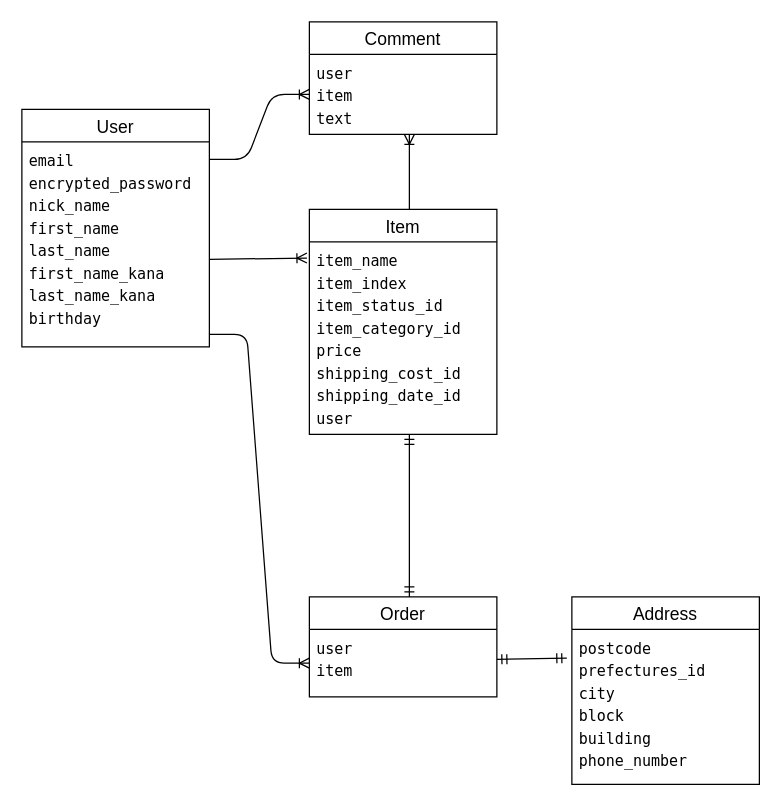
Before: furima.dio in KYoshi-02/furima-41903, a draw.io diagram. Source tidied: cells renumbered, new cells numbered last; positions are measured from the earlier drawing's top-left corner, leaving out a move shared by most shapes. Both pictures are drawn from the tidied source at 125%, with x=0, y=0 at pixel (21, 21).
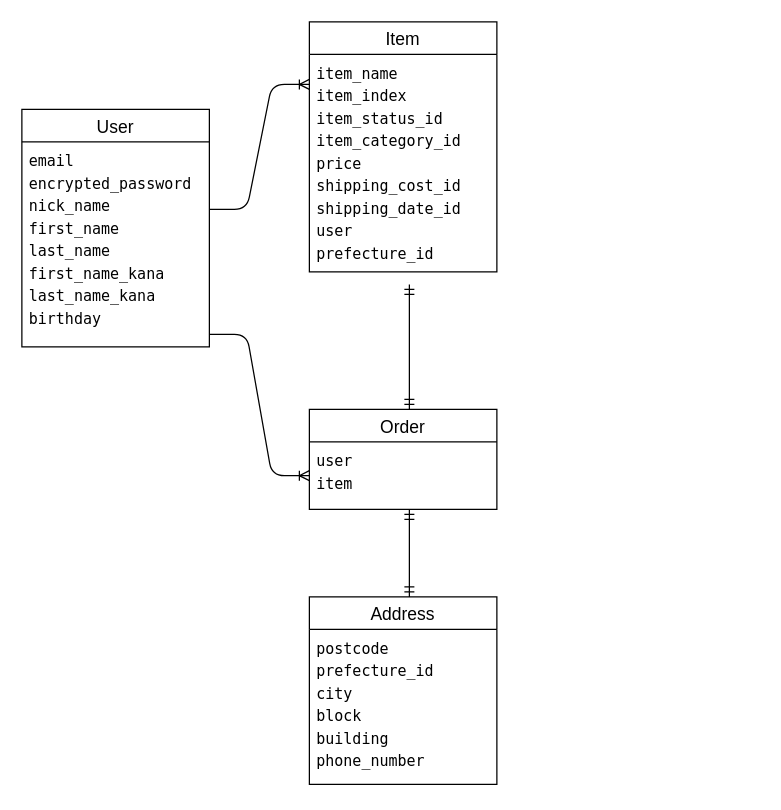
After the change.

Commit message (it also covers changes not shown here):
DB設計(修正２回目)

Diff of the diagram source:
```diff
@@
     <mxCell id="2" value="Address" style="swimlane;fontStyle=0;horizontal=1;startSize=26;align=center;fontSize=14;" parent="1" vertex="1">
-      <mxGeometry x="440" y="460" width="150" height="150" as="geometry" />
+      <mxGeometry x="230" y="460" width="150" height="150" as="geometry" />
     </mxCell>
+    <mxCell id="17" style="fontSize=12;html=1;endArrow=ERmandOne;startArrow=ERmandOne;" parent="2" edge="1">
+      <mxGeometry relative="1" as="geometry">
+        <mxPoint x="80" as="sourcePoint" />
+        <mxPoint x="80" y="-70" as="targetPoint" />
+      </mxGeometry>
+    </mxCell>
-    <mxCell id="3" value="&lt;div style=&quot;font-family: Menlo, Monaco, &amp;quot;Courier New&amp;quot;, monospace; line-height: 18px; white-space: pre;&quot;&gt;&lt;div style=&quot;&quot;&gt;&lt;div style=&quot;line-height: 18px;&quot;&gt;&lt;div style=&quot;&quot;&gt;&lt;span style=&quot;background-color: rgb(255, 255, 255);&quot;&gt;&lt;font style=&quot;color: rgb(0, 0, 0);&quot;&gt;postcode&lt;/font&gt;&lt;/span&gt;&lt;/div&gt;&lt;div style=&quot;&quot;&gt;&lt;span style=&quot;background-color: rgb(255, 255, 255); color: rgb(204, 204, 204);&quot;&gt;&lt;font style=&quot;color: rgb(0, 0, 0);&quot;&gt;prefectures_id&lt;/font&gt;&lt;/span&gt;&lt;/div&gt;&lt;div style=&quot;&quot;&gt;&lt;span style=&quot;background-color: rgb(255, 255, 255); color: rgb(204, 204, 204);&quot;&gt;&lt;font style=&quot;color: rgb(0, 0, 0);&quot;&gt;city&lt;/font&gt;&lt;/span&gt;&lt;/div&gt;&lt;div style=&quot;&quot;&gt;&lt;span style=&quot;background-color: rgb(255, 255, 255); color: rgb(204, 204, 204);&quot;&gt;&lt;font style=&quot;color: rgb(0, 0, 0);&quot;&gt;block&lt;/font&gt;&lt;/span&gt;&lt;/div&gt;&lt;div style=&quot;&quot;&gt;&lt;span style=&quot;background-color: rgb(255, 255, 255); color: rgb(204, 204, 204);&quot;&gt;&lt;font style=&quot;color: rgb(0, 0, 0);&quot;&gt;building &lt;/font&gt;&lt;/span&gt;&lt;/div&gt;&lt;div style=&quot;&quot;&gt;&lt;span style=&quot;background-color: rgb(255, 255, 255); color: rgb(204, 204, 204);&quot;&gt;&lt;font style=&quot;color: rgb(0, 0, 0);&quot;&gt;phone_number&lt;/font&gt;&lt;/span&gt;&lt;/div&gt;&lt;/div&gt;&lt;/div&gt;&lt;/div&gt;" style="text;strokeColor=none;fillColor=none;spacingLeft=4;spacingRight=4;overflow=hidden;points=[[0,0.5],[1,0.5]];portConstraint=eastwest;fontSize=12;whiteSpace=wrap;html=1;" parent="2" vertex="1">
+    <mxCell id="3" value="&lt;div style=&quot;font-family: Menlo, Monaco, &amp;quot;Courier New&amp;quot;, monospace; line-height: 18px; white-space: pre;&quot;&gt;&lt;div style=&quot;&quot;&gt;&lt;div style=&quot;line-height: 18px;&quot;&gt;&lt;div style=&quot;&quot;&gt;&lt;span style=&quot;background-color: rgb(255, 255, 255);&quot;&gt;&lt;font style=&quot;color: rgb(0, 0, 0);&quot;&gt;postcode&lt;/font&gt;&lt;/span&gt;&lt;/div&gt;&lt;div style=&quot;&quot;&gt;&lt;span style=&quot;background-color: rgb(255, 255, 255); color: rgb(204, 204, 204);&quot;&gt;&lt;font style=&quot;color: rgb(0, 0, 0);&quot;&gt;prefecture_id&lt;/font&gt;&lt;/span&gt;&lt;/div&gt;&lt;div style=&quot;&quot;&gt;&lt;span style=&quot;background-color: rgb(255, 255, 255); color: rgb(204, 204, 204);&quot;&gt;&lt;font style=&quot;color: rgb(0, 0, 0);&quot;&gt;city&lt;/font&gt;&lt;/span&gt;&lt;/div&gt;&lt;div style=&quot;&quot;&gt;&lt;span style=&quot;background-color: rgb(255, 255, 255); color: rgb(204, 204, 204);&quot;&gt;&lt;font style=&quot;color: rgb(0, 0, 0);&quot;&gt;block&lt;/font&gt;&lt;/span&gt;&lt;/div&gt;&lt;div style=&quot;&quot;&gt;&lt;span style=&quot;background-color: rgb(255, 255, 255); color: rgb(204, 204, 204);&quot;&gt;&lt;font style=&quot;color: rgb(0, 0, 0);&quot;&gt;building &lt;/font&gt;&lt;/span&gt;&lt;/div&gt;&lt;div style=&quot;&quot;&gt;&lt;span style=&quot;background-color: rgb(255, 255, 255); color: rgb(204, 204, 204);&quot;&gt;&lt;font style=&quot;color: rgb(0, 0, 0);&quot;&gt;phone_number&lt;/font&gt;&lt;/span&gt;&lt;/div&gt;&lt;/div&gt;&lt;/div&gt;&lt;/div&gt;" style="text;strokeColor=none;fillColor=none;spacingLeft=4;spacingRight=4;overflow=hidden;points=[[0,0.5],[1,0.5]];portConstraint=eastwest;fontSize=12;whiteSpace=wrap;html=1;" parent="2" vertex="1">
       <mxGeometry y="26" width="150" height="124" as="geometry" />
     </mxCell>
     <mxCell id="4" value="Item" style="swimlane;fontStyle=0;horizontal=1;startSize=26;align=center;fontSize=14;" parent="1" vertex="1">
-      <mxGeometry x="230" y="150" width="150" height="180" as="geometry" />
+      <mxGeometry x="230" width="150" height="200" as="geometry" />
     </mxCell>
-    <mxCell id="5" value="&lt;div style=&quot;font-family: Menlo, Monaco, &amp;quot;Courier New&amp;quot;, monospace; line-height: 18px; white-space: pre;&quot;&gt;&lt;div style=&quot;&quot;&gt;&lt;span style=&quot;background-color: rgb(255, 255, 255);&quot;&gt;&lt;font style=&quot;color: rgb(0, 0, 0);&quot;&gt;item_name    &lt;/font&gt;&lt;/span&gt;&lt;/div&gt;&lt;div style=&quot;&quot;&gt;&lt;span style=&quot;background-color: rgb(255, 255, 255); color: rgb(204, 204, 204);&quot;&gt;&lt;font style=&quot;color: rgb(0, 0, 0);&quot;&gt;item_index   &lt;/font&gt;&lt;/span&gt;&lt;/div&gt;&lt;div style=&quot;&quot;&gt;&lt;span style=&quot;background-color: rgb(255, 255, 255); color: rgb(204, 204, 204);&quot;&gt;&lt;font style=&quot;color: rgb(0, 0, 0);&quot;&gt;item_status_id  &lt;/font&gt;&lt;/span&gt;&lt;/div&gt;&lt;div style=&quot;&quot;&gt;&lt;span style=&quot;background-color: rgb(255, 255, 255); color: rgb(204, 204, 204);&quot;&gt;&lt;font style=&quot;color: rgb(0, 0, 0);&quot;&gt;item_category_id&lt;/font&gt;&lt;/span&gt;&lt;/div&gt;&lt;div style=&quot;&quot;&gt;&lt;span style=&quot;background-color: rgb(255, 255, 255); color: rgb(204, 204, 204);&quot;&gt;&lt;font style=&quot;color: rgb(0, 0, 0);&quot;&gt;price        &lt;/font&gt;&lt;/span&gt;&lt;/div&gt;&lt;div style=&quot;&quot;&gt;&lt;span style=&quot;background-color: rgb(255, 255, 255); color: rgb(204, 204, 204);&quot;&gt;&lt;font style=&quot;color: rgb(0, 0, 0);&quot;&gt;shipping_cost_id&lt;/font&gt;&lt;/span&gt;&lt;/div&gt;&lt;div style=&quot;&quot;&gt;&lt;span style=&quot;background-color: rgb(255, 255, 255); color: rgb(204, 204, 204);&quot;&gt;&lt;font style=&quot;color: rgb(0, 0, 0);&quot;&gt;shipping_date_id&lt;/font&gt;&lt;/span&gt;&lt;/div&gt;&lt;div style=&quot;&quot;&gt;&lt;span style=&quot;background-color: rgb(255, 255, 255); color: rgb(204, 204, 204);&quot;&gt;&lt;font style=&quot;color: rgb(0, 0, 0);&quot;&gt;user&lt;/font&gt;&lt;/span&gt;&lt;/div&gt;&lt;/div&gt;" style="text;strokeColor=none;fillColor=none;spacingLeft=4;spacingRight=4;overflow=hidden;points=[[0,0.5],[1,0.5]];portConstraint=eastwest;fontSize=12;whiteSpace=wrap;html=1;" parent="4" vertex="1">
-      <mxGeometry y="26" width="150" height="154" as="geometry" />
+    <mxCell id="5" value="&lt;div style=&quot;font-family: Menlo, Monaco, &amp;quot;Courier New&amp;quot;, monospace; line-height: 18px; white-space: pre;&quot;&gt;&lt;div style=&quot;&quot;&gt;&lt;span style=&quot;background-color: rgb(255, 255, 255);&quot;&gt;&lt;font style=&quot;color: rgb(0, 0, 0);&quot;&gt;item_name    &lt;/font&gt;&lt;/span&gt;&lt;/div&gt;&lt;div style=&quot;&quot;&gt;&lt;span style=&quot;background-color: rgb(255, 255, 255); color: rgb(204, 204, 204);&quot;&gt;&lt;font style=&quot;color: rgb(0, 0, 0);&quot;&gt;item_index   &lt;/font&gt;&lt;/span&gt;&lt;/div&gt;&lt;div style=&quot;&quot;&gt;&lt;span style=&quot;background-color: rgb(255, 255, 255); color: rgb(204, 204, 204);&quot;&gt;&lt;font style=&quot;color: rgb(0, 0, 0);&quot;&gt;item_status_id  &lt;/font&gt;&lt;/span&gt;&lt;/div&gt;&lt;div style=&quot;&quot;&gt;&lt;span style=&quot;background-color: rgb(255, 255, 255); color: rgb(204, 204, 204);&quot;&gt;&lt;font style=&quot;color: rgb(0, 0, 0);&quot;&gt;item_category_id&lt;/font&gt;&lt;/span&gt;&lt;/div&gt;&lt;div style=&quot;&quot;&gt;&lt;span style=&quot;background-color: rgb(255, 255, 255); color: rgb(204, 204, 204);&quot;&gt;&lt;font style=&quot;color: rgb(0, 0, 0);&quot;&gt;price        &lt;/font&gt;&lt;/span&gt;&lt;/div&gt;&lt;div style=&quot;&quot;&gt;&lt;span style=&quot;background-color: rgb(255, 255, 255); color: rgb(204, 204, 204);&quot;&gt;&lt;font style=&quot;color: rgb(0, 0, 0);&quot;&gt;shipping_cost_id&lt;/font&gt;&lt;/span&gt;&lt;/div&gt;&lt;div style=&quot;&quot;&gt;&lt;span style=&quot;background-color: rgb(255, 255, 255); color: rgb(204, 204, 204);&quot;&gt;&lt;font style=&quot;color: rgb(0, 0, 0);&quot;&gt;shipping_date_id&lt;/font&gt;&lt;/span&gt;&lt;/div&gt;&lt;div style=&quot;&quot;&gt;&lt;span style=&quot;background-color: rgb(255, 255, 255); color: rgb(204, 204, 204);&quot;&gt;&lt;font style=&quot;color: rgb(0, 0, 0);&quot;&gt;user&lt;/font&gt;&lt;/span&gt;&lt;/div&gt;&lt;div style=&quot;&quot;&gt;&lt;span style=&quot;background-color: rgb(255, 255, 255); color: rgb(204, 204, 204);&quot;&gt;&lt;font style=&quot;color: rgb(0, 0, 0);&quot;&gt;prefecture_id&lt;/font&gt;&lt;/span&gt;&lt;/div&gt;&lt;/div&gt;" style="text;strokeColor=none;fillColor=none;spacingLeft=4;spacingRight=4;overflow=hidden;points=[[0,0.5],[1,0.5]];portConstraint=eastwest;fontSize=12;whiteSpace=wrap;html=1;" parent="4" vertex="1">
+      <mxGeometry y="26" width="150" height="174" as="geometry" />
     </mxCell>
     <mxCell id="6" value="Order" style="swimlane;fontStyle=0;horizontal=1;startSize=26;align=center;fontSize=14;" parent="1" vertex="1">
-      <mxGeometry x="230" y="460" width="150" height="80" as="geometry" />
+      <mxGeometry x="230" y="310" width="150" height="80" as="geometry" />
     </mxCell>
@@
-    <mxCell id="10" value="Comment" style="swimlane;fontStyle=0;horizontal=1;startSize=26;align=center;fontSize=14;" parent="1" vertex="1">
-      <mxGeometry x="230" width="150" height="90" as="geometry" />
-    </mxCell>
-    <mxCell id="11" value="&lt;div style=&quot;font-family: Menlo, Monaco, &amp;quot;Courier New&amp;quot;, monospace; line-height: 18px; white-space: pre;&quot;&gt;&lt;div style=&quot;&quot;&gt;&lt;span style=&quot;background-color: rgb(255, 255, 255);&quot;&gt;&lt;font style=&quot;color: rgb(0, 0, 0);&quot;&gt;user&lt;/font&gt;&lt;/span&gt;&lt;/div&gt;&lt;div style=&quot;&quot;&gt;&lt;span style=&quot;background-color: rgb(255, 255, 255); color: rgb(204, 204, 204);&quot;&gt;&lt;font style=&quot;color: rgb(0, 0, 0);&quot;&gt;item&lt;/font&gt;&lt;/span&gt;&lt;/div&gt;&lt;div style=&quot;&quot;&gt;&lt;font color=&quot;#000000&quot;&gt;&lt;span style=&quot;background-color: rgb(255, 255, 255);&quot;&gt;text&lt;/span&gt;&lt;/font&gt;&lt;/div&gt;&lt;/div&gt;" style="text;strokeColor=none;fillColor=none;spacingLeft=4;spacingRight=4;overflow=hidden;points=[[0,0.5],[1,0.5]];portConstraint=eastwest;fontSize=12;whiteSpace=wrap;html=1;" parent="10" vertex="1">
-      <mxGeometry y="26" width="150" height="64" as="geometry" />
-    </mxCell>
-    <mxCell id="12" style="fontSize=12;html=1;endArrow=ERoneToMany;" parent="10" edge="1">
-      <mxGeometry relative="1" as="geometry">
-        <mxPoint x="80" y="150" as="sourcePoint" />
-        <mxPoint x="80" y="90" as="targetPoint" />
-      </mxGeometry>
-    </mxCell>
-    <mxCell id="13" style="edgeStyle=entityRelationEdgeStyle;fontSize=12;html=1;endArrow=ERoneToMany;entryX=0;entryY=0.5;entryDx=0;entryDy=0;" parent="1" edge="1" target="11">
-      <mxGeometry relative="1" as="geometry">
-        <mxPoint x="150" y="110" as="sourcePoint" />
-      </mxGeometry>
-    </mxCell>
@@
     <mxCell id="15" style="fontSize=12;html=1;endArrow=ERmandOne;startArrow=ERmandOne;" parent="1" edge="1">
       <mxGeometry relative="1" as="geometry">
-        <mxPoint x="310" y="460" as="sourcePoint" />
-        <mxPoint x="310" y="330" as="targetPoint" />
+        <mxPoint x="310" y="310" as="sourcePoint" />
+        <mxPoint x="310" y="210" as="targetPoint" />
       </mxGeometry>
     </mxCell>
-    <mxCell id="16" style="fontSize=12;html=1;endArrow=ERoneToMany;entryX=-0.013;entryY=0.084;entryDx=0;entryDy=0;entryPerimeter=0;" parent="1" edge="1" target="5">
-      <mxGeometry relative="1" as="geometry">
-        <mxPoint x="150" y="190" as="sourcePoint" />
-      </mxGeometry>
-    </mxCell>
-    <mxCell id="17" style="fontSize=12;html=1;endArrow=ERmandOne;startArrow=ERmandOne;entryX=-0.027;entryY=0.185;entryDx=0;entryDy=0;entryPerimeter=0;" parent="1" edge="1" target="3">
-      <mxGeometry relative="1" as="geometry">
-        <mxPoint x="380" y="510" as="sourcePoint" />
-      </mxGeometry>
-    </mxCell>
+    <mxCell id="18" style="edgeStyle=entityRelationEdgeStyle;fontSize=12;html=1;endArrow=ERoneToMany;" parent="1" edge="1">
+      <mxGeometry relative="1" as="geometry">
+        <mxPoint x="150" y="150" as="sourcePoint" />
+        <mxPoint x="230" y="50" as="targetPoint" />
+      </mxGeometry>
+    </mxCell>
```
